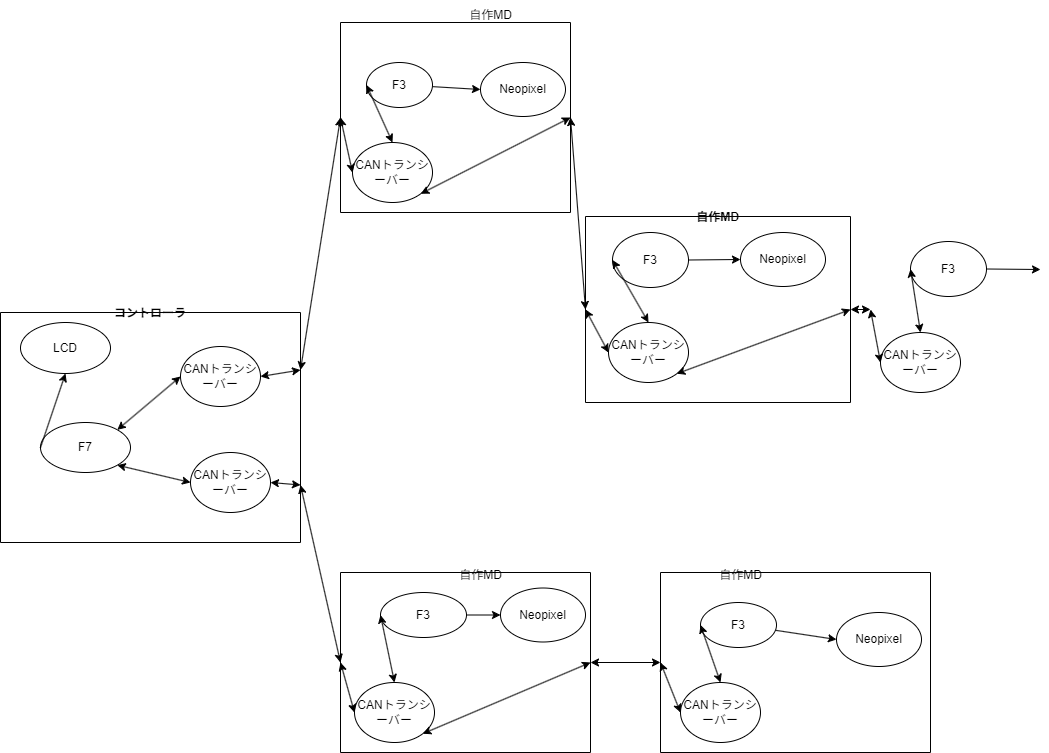
ladledaemon/UFO_Catcher_drawio keeps this draw.io diagram as system.drawio.png. Above is the earlier version. Source tidied: cells renumbered, new cells last; positions are measured from the earlier drawing's top-left corner, leaving out a move shared by most shapes.
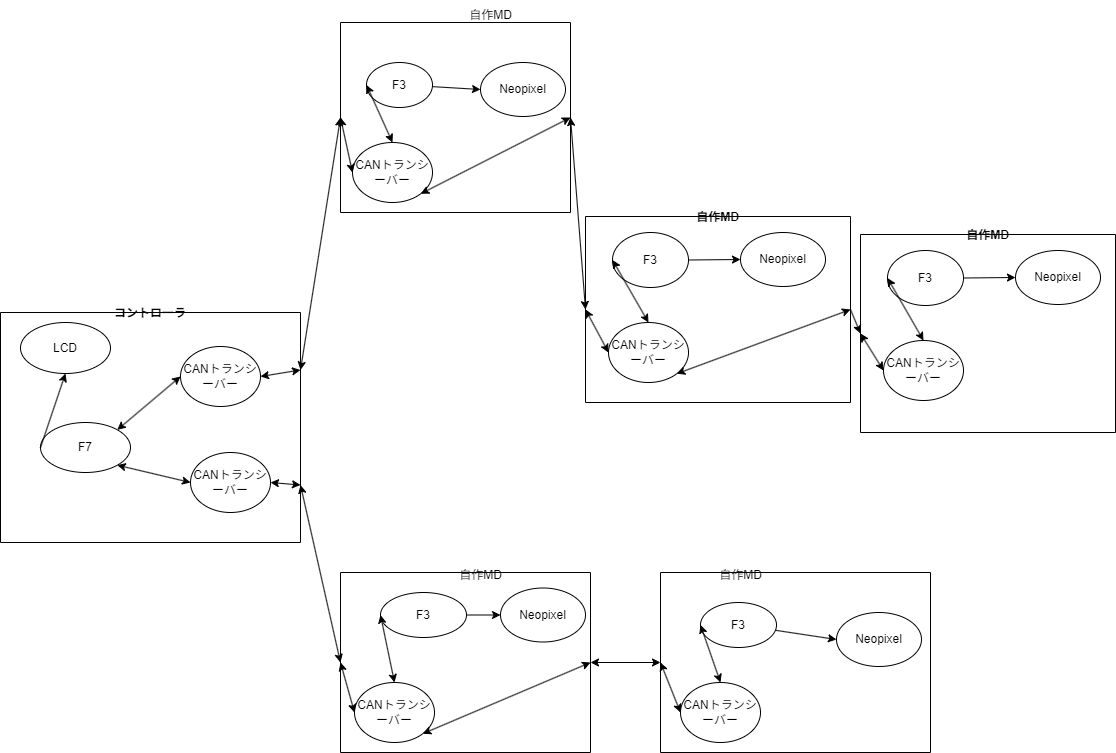
The same diagram one commit later.

Commit message:
ファイル管理の処理

What changed in the source:
```diff
@@ -101,6 +101,9 @@
     <mxCell id="34" value="Neopixel" style="ellipse;whiteSpace=wrap;html=1;" parent="28" vertex="1">
       <mxGeometry x="176" y="40" width="85" height="54" as="geometry" />
     </mxCell>
+    <mxCell id="56" style="edgeStyle=none;html=1;entryX=0;entryY=0.5;entryDx=0;entryDy=0;exitX=1;exitY=0.5;exitDx=0;exitDy=0;" parent="1" edge="1" source="35" target="57">
+      <mxGeometry relative="1" as="geometry" />
+    </mxCell>
     <mxCell id="35" value="自作MD" style="swimlane;startSize=0;" parent="1" vertex="1">
       <mxGeometry x="585" y="216" width="265" height="186" as="geometry" />
     </mxCell>
@@ -131,11 +134,6 @@
     <mxCell id="44" style="endArrow=classic;startArrow=classic;html=1;entryX=0;entryY=0.5;entryDx=0;entryDy=0;exitX=1;exitY=0.75;exitDx=0;exitDy=0;" parent="1" edge="1" source="2" target="20">
       <mxGeometry relative="1" as="geometry" />
     </mxCell>
-    <mxCell id="45" style="endArrow=classic;startArrow=classic;html=1;entryX=0;entryY=0.5;entryDx=0;entryDy=0;exitX=1;exitY=0.5;exitDx=0;exitDy=0;" parent="1" edge="1" source="35">
-      <mxGeometry relative="1" as="geometry">
-        <mxPoint x="870" y="309" as="targetPoint" />
-      </mxGeometry>
-    </mxCell>
     <mxCell id="46" style="endArrow=classic;startArrow=classic;html=1;entryX=0;entryY=0.5;entryDx=0;entryDy=0;exitX=1;exitY=0.5;exitDx=0;exitDy=0;" parent="1" edge="1" source="12" target="35">
       <mxGeometry relative="1" as="geometry" />
     </mxCell>
@@ -151,24 +149,26 @@
     <mxCell id="50" value="自作MD" style="text;html=1;align=center;verticalAlign=middle;strokeColor=none;fillColor=none;" parent="1" vertex="1">
       <mxGeometry x="455" width="70" height="30" as="geometry" />
     </mxCell>
-    <mxCell id="51" style="edgeStyle=none;html=1;entryX=0;entryY=0.5;entryDx=0;entryDy=0;" parent="1" edge="1" source="52">
-      <mxGeometry relative="1" as="geometry">
-        <mxPoint x="1040" y="269" as="targetPoint" />
-      </mxGeometry>
-    </mxCell>
+    <mxCell id="57" value="自作MD" style="swimlane;startSize=0;" parent="1" vertex="1">
+      <mxGeometry x="860" y="234" width="255" height="198" as="geometry" />
+    </mxCell>
+    <mxCell id="58" style="edgeStyle=none;html=1;exitX=1;exitY=0.5;exitDx=0;exitDy=0;entryX=0;entryY=0.5;entryDx=0;entryDy=0;" parent="57" edge="1" source="52" target="60">
+      <mxGeometry relative="1" as="geometry" />
+    </mxCell>
-    <mxCell id="52" value="F3" style="ellipse;whiteSpace=wrap;html=1;" parent="1" vertex="1">
-      <mxGeometry x="910" y="241" width="76" height="55" as="geometry" />
+    <mxCell id="52" value="F3" style="ellipse;whiteSpace=wrap;html=1;" parent="57" vertex="1">
+      <mxGeometry x="27" y="16" width="76" height="55" as="geometry" />
     </mxCell>
-    <mxCell id="53" value="CANトランシーバー" style="ellipse;whiteSpace=wrap;html=1;" parent="1" vertex="1">
-      <mxGeometry x="880" y="332" width="80" height="60" as="geometry" />
+    <mxCell id="53" value="CANトランシーバー" style="ellipse;whiteSpace=wrap;html=1;" parent="57" vertex="1">
+      <mxGeometry x="23" y="106" width="80" height="60" as="geometry" />
     </mxCell>
-    <mxCell id="54" style="endArrow=classic;startArrow=classic;html=1;entryX=0;entryY=0.5;entryDx=0;entryDy=0;exitX=0;exitY=0.5;exitDx=0;exitDy=0;" parent="1" edge="1" target="53">
-      <mxGeometry relative="1" as="geometry">
-        <mxPoint x="870" y="309" as="sourcePoint" />
-      </mxGeometry>
-    </mxCell>
+    <mxCell id="59" style="endArrow=classic;startArrow=classic;html=1;entryX=0;entryY=0.5;entryDx=0;entryDy=0;exitX=0;exitY=0.5;exitDx=0;exitDy=0;" parent="57" edge="1" source="57" target="53">
+      <mxGeometry relative="1" as="geometry" />
+    </mxCell>
-    <mxCell id="55" style="endArrow=classic;startArrow=classic;html=1;entryX=0;entryY=0.5;entryDx=0;entryDy=0;exitX=0.5;exitY=0;exitDx=0;exitDy=0;" parent="1" edge="1" source="53" target="52">
+    <mxCell id="55" style="endArrow=classic;startArrow=classic;html=1;entryX=0;entryY=0.5;entryDx=0;entryDy=0;exitX=0.5;exitY=0;exitDx=0;exitDy=0;" parent="57" edge="1" source="53" target="52">
       <mxGeometry relative="1" as="geometry" />
     </mxCell>
+    <mxCell id="60" value="Neopixel" style="ellipse;whiteSpace=wrap;html=1;" parent="57" vertex="1">
+      <mxGeometry x="155" y="16" width="85" height="54" as="geometry" />
+    </mxCell>
   </root>
 </mxGraphModel>
```
